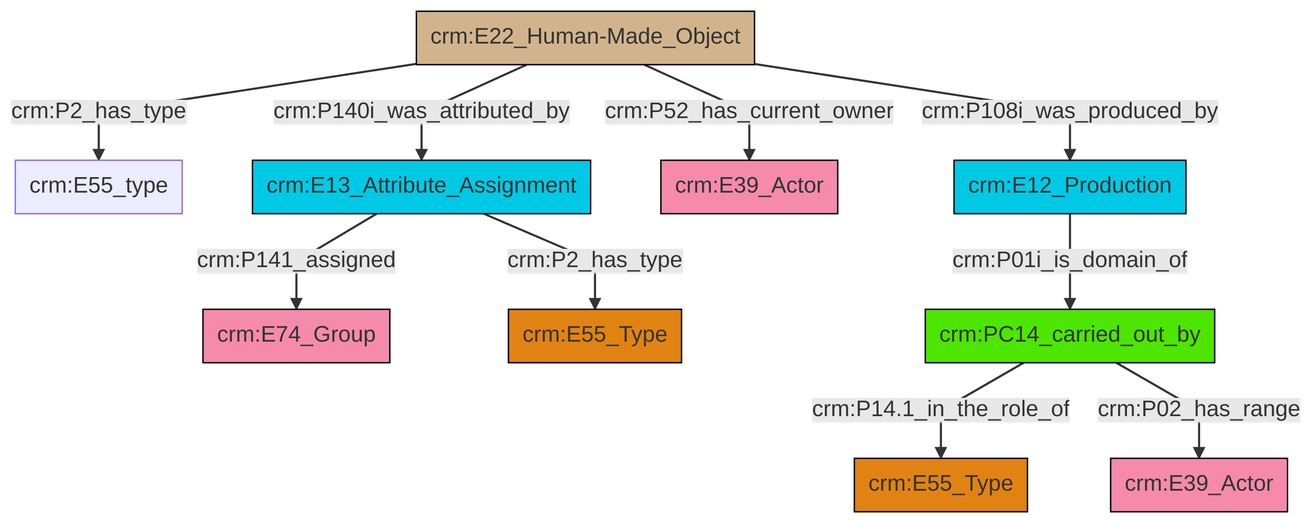
Earlier version of the Mermaid export et/builtWorkCSV/ttl/mmd/png/Built_Work_actor_relations.png (swiss-art-research-net/reference-data-models). Its source is kept beside it as et/builtWorkCSV/ttl/mmd/Built_Work_actor_relations.ttl.mmd.
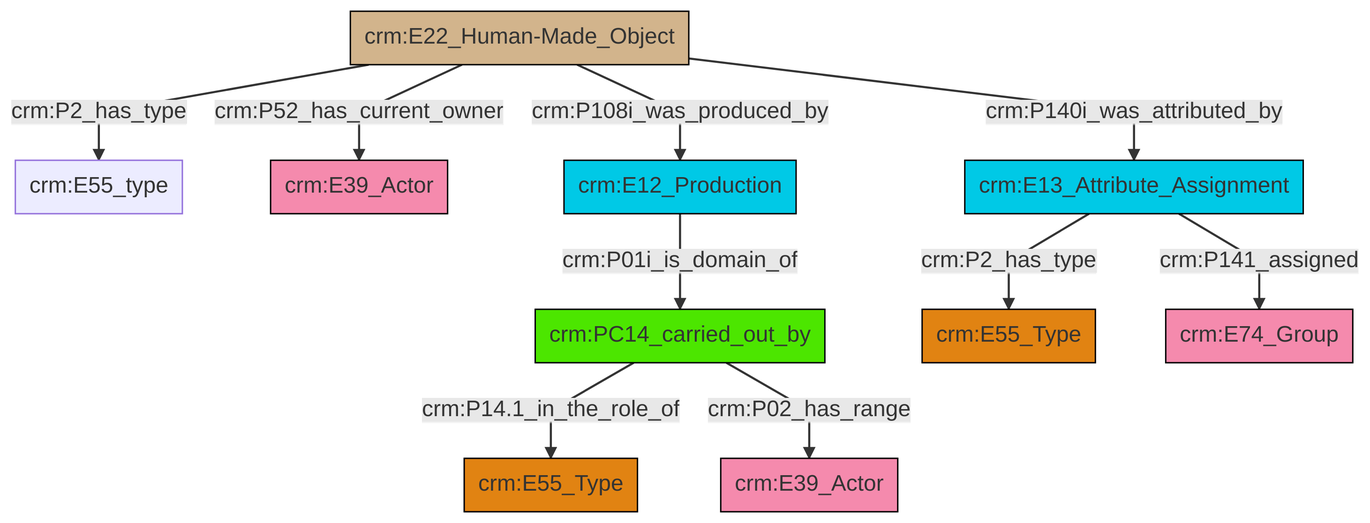
The same diagram one commit later.

Diff of the diagram source:
```diff
@@ -13,12 +13,12 @@
 classDef PC_Classes fill:#4ce600, stroke:#000000;
 classDef Multi fill:#cccccc,stroke:#000000;
 
-2["crm:E22_Human-Made_Object"]:::Physical_Thing -->|crm:P2_has_type| 3["crm:E55_type"]:::Default
-4["crm:PC14_carried_out_by"]:::PC_Classes -->|crm:P14.1_in_the_role_of| 6["crm:E55_Type"]:::Type
-2["crm:E22_Human-Made_Object"]:::Physical_Thing -->|crm:P140i_was_attributed_by| 7["crm:E13_Attribute_Assignment"]:::Temporal_Entity
-8["crm:E12_Production"]:::Temporal_Entity -->|crm:P01i_is_domain_of| 4["crm:PC14_carried_out_by"]:::PC_Classes
-2["crm:E22_Human-Made_Object"]:::Physical_Thing -->|crm:P52_has_current_owner| 10["crm:E39_Actor"]:::Actor
-4["crm:PC14_carried_out_by"]:::PC_Classes -->|crm:P02_has_range| 11["crm:E39_Actor"]:::Actor
-7["crm:E13_Attribute_Assignment"]:::Temporal_Entity -->|crm:P141_assigned| 18["crm:E74_Group"]:::Actor
-2["crm:E22_Human-Made_Object"]:::Physical_Thing -->|crm:P108i_was_produced_by| 8["crm:E12_Production"]:::Temporal_Entity
-7["crm:E13_Attribute_Assignment"]:::Temporal_Entity -->|crm:P2_has_type| 0["crm:E55_Type"]:::Type
+0["crm:E13_Attribute_Assignment"]:::Temporal_Entity -->|crm:P2_has_type| 1["crm:E55_Type"]:::Type
+2["crm:E12_Production"]:::Temporal_Entity -->|crm:P01i_is_domain_of| 6["crm:PC14_carried_out_by"]:::PC_Classes
+4["crm:E22_Human-Made_Object"]:::Physical_Thing -->|crm:P2_has_type| 9["crm:E55_type"]:::Default
+4["crm:E22_Human-Made_Object"]:::Physical_Thing -->|crm:P52_has_current_owner| 7["crm:E39_Actor"]:::Actor
+4["crm:E22_Human-Made_Object"]:::Physical_Thing -->|crm:P108i_was_produced_by| 2["crm:E12_Production"]:::Temporal_Entity
+4["crm:E22_Human-Made_Object"]:::Physical_Thing -->|crm:P140i_was_attributed_by| 0["crm:E13_Attribute_Assignment"]:::Temporal_Entity
+6["crm:PC14_carried_out_by"]:::PC_Classes -->|crm:P14.1_in_the_role_of| 14["crm:E55_Type"]:::Type
+6["crm:PC14_carried_out_by"]:::PC_Classes -->|crm:P02_has_range| 19["crm:E39_Actor"]:::Actor
+0["crm:E13_Attribute_Assignment"]:::Temporal_Entity -->|crm:P141_assigned| 11["crm:E74_Group"]:::Actor
```
